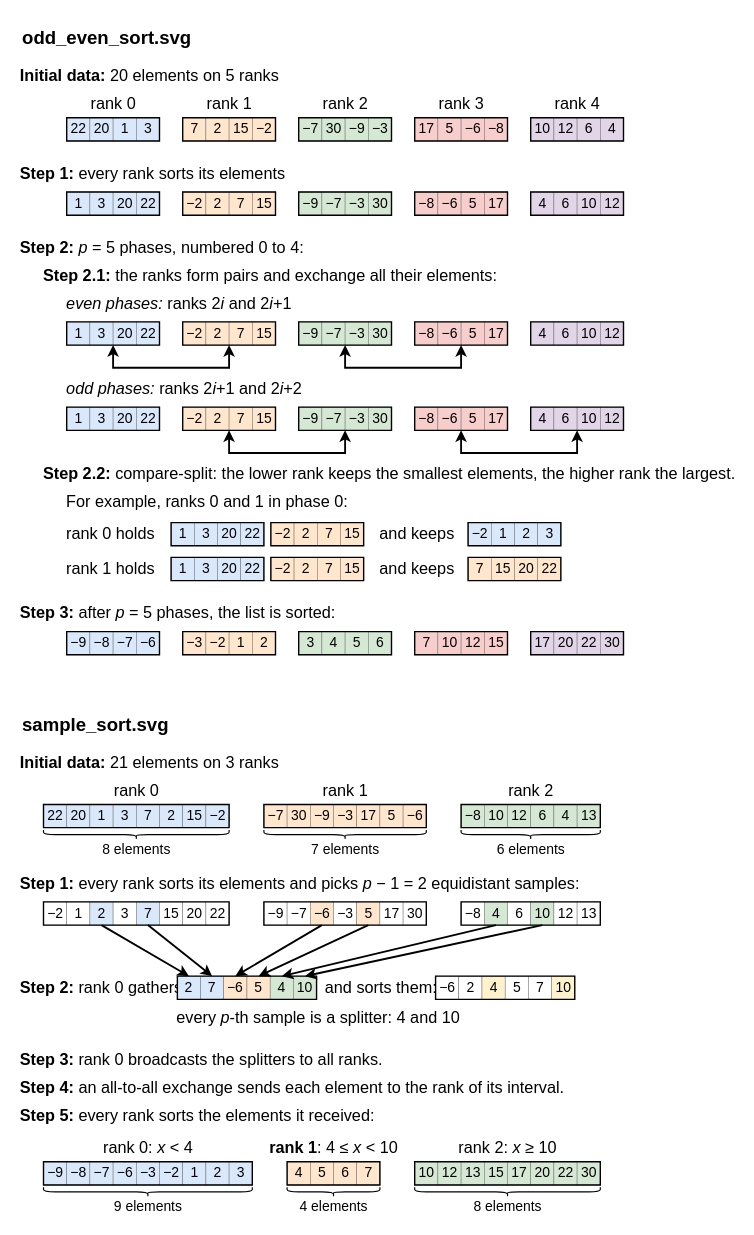
Earlier version of the draw.io diagram assets/distributed-sort/distributed-sort.drawio (brunomaga/brunomaga.github.io). Source tidied: cells renumbered, new cells numbered last; positions are measured from the earlier drawing's top-left corner, leaving out a move shared by most shapes. Both pictures are drawn from the tidied source at 116%, with x=0, y=0 at pixel (20, 20).
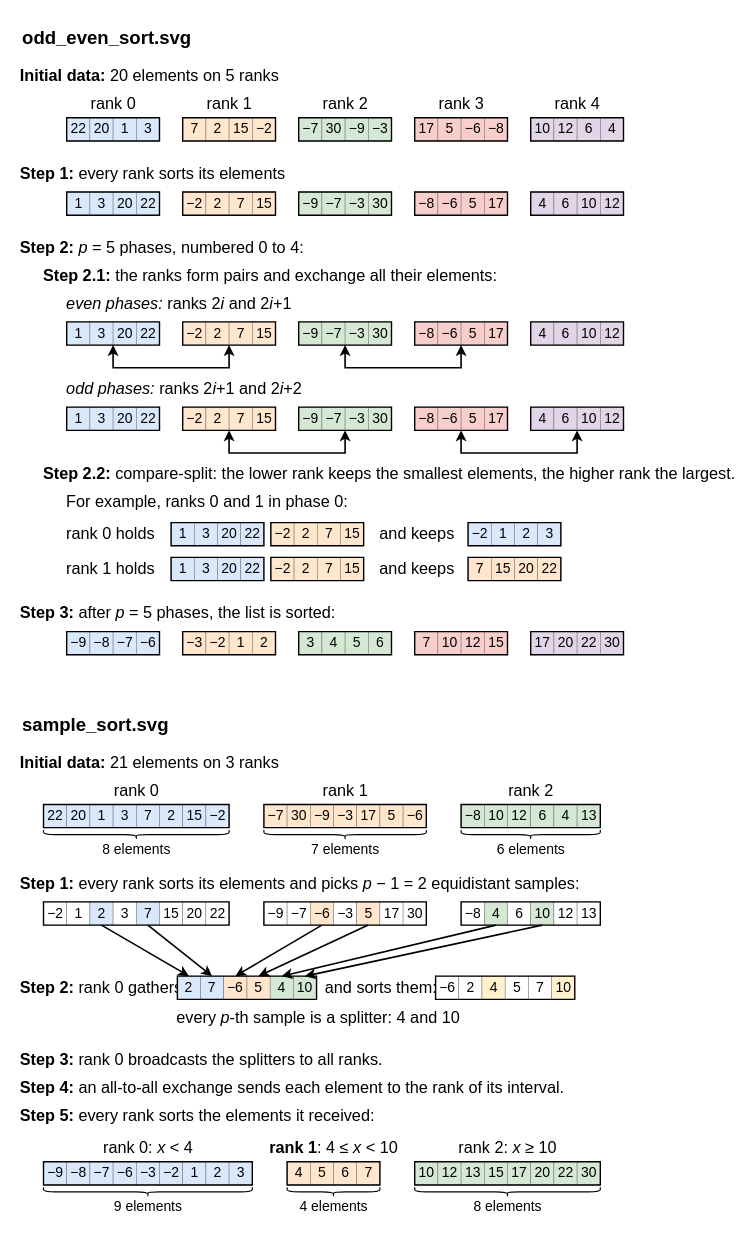
The same diagram, later.

The change refers to these unchanged cells:
```xml
<mxCell id="3" style="group;fontFamily=Source Sans 3;" parent="1" vertex="1">
  <mxGeometry y="40" width="580" height="492" as="geometry" />
</mxCell>
<mxCell id="182" style="group;fontFamily=Source Sans 3;" parent="1" vertex="1">
  <mxGeometry y="632" width="500" height="398.4" as="geometry" />
</mxCell>
```

What changed in the source:
```diff
@@
-    <mxCell id="74" style="endArrow=classic;endFill=1;endSize=5;html=1;rounded=0;strokeColor=#000000;strokeWidth=1.6;fontFamily=Source Sans 3;fontSize=14;fontColor=#000000;startArrow=classic;startFill=1;startSize=5;" parent="3" edge="1">
+    <mxCell id="74" style="endArrow=classic;endFill=1;endSize=5;html=1;rounded=0;strokeColor=#000000;strokeWidth=1.4;fontFamily=Source Sans 3;fontSize=14;fontColor=#000000;startArrow=classic;startFill=1;startSize=5;" parent="3" edge="1">
       <mxGeometry relative="1" as="geometry">
         <mxPoint x="80" y="240" as="sourcePoint" />
         <mxPoint x="180" y="240" as="targetPoint" />
         <Array as="points">
           <mxPoint x="80" y="259.5" />
           <mxPoint x="180" y="259.5" />
         </Array>
       </mxGeometry>
     </mxCell>
-    <mxCell id="75" style="endArrow=classic;endFill=1;endSize=5;html=1;rounded=0;strokeColor=#000000;strokeWidth=1.6;fontFamily=Source Sans 3;fontSize=14;fontColor=#000000;startArrow=classic;startFill=1;startSize=5;" parent="3" edge="1">
+    <mxCell id="75" style="endArrow=classic;endFill=1;endSize=5;html=1;rounded=0;strokeColor=#000000;strokeWidth=1.4;fontFamily=Source Sans 3;fontSize=14;fontColor=#000000;startArrow=classic;startFill=1;startSize=5;" parent="3" edge="1">
       <mxGeometry relative="1" as="geometry">
         <mxPoint x="280" y="240" as="sourcePoint" />
         <mxPoint x="380" y="240" as="targetPoint" />
         <Array as="points">
           <mxPoint x="280" y="259.5" />
           <mxPoint x="380" y="259.5" />
         </Array>
       </mxGeometry>
     </mxCell>
@@
-    <mxCell id="97" style="endArrow=classic;endFill=1;endSize=5;html=1;rounded=0;strokeColor=#000000;strokeWidth=1.6;fontFamily=Source Sans 3;fontSize=14;fontColor=#000000;startArrow=classic;startFill=1;startSize=5;" parent="3" edge="1">
+    <mxCell id="97" style="endArrow=classic;endFill=1;endSize=5;html=1;rounded=0;strokeColor=#000000;strokeWidth=1.4;fontFamily=Source Sans 3;fontSize=14;fontColor=#000000;startArrow=classic;startFill=1;startSize=5;" parent="3" edge="1">
       <mxGeometry relative="1" as="geometry">
         <mxPoint x="180" y="313.5" as="sourcePoint" />
         <mxPoint x="280" y="313.5" as="targetPoint" />
         <Array as="points">
           <mxPoint x="180" y="333" />
           <mxPoint x="280" y="333" />
         </Array>
       </mxGeometry>
     </mxCell>
-    <mxCell id="98" style="endArrow=classic;endFill=1;endSize=5;html=1;rounded=0;strokeColor=#000000;strokeWidth=1.6;fontFamily=Source Sans 3;fontSize=14;fontColor=#000000;startArrow=classic;startFill=1;startSize=5;" parent="3" edge="1">
+    <mxCell id="98" style="endArrow=classic;endFill=1;endSize=5;html=1;rounded=0;strokeColor=#000000;strokeWidth=1.4;fontFamily=Source Sans 3;fontSize=14;fontColor=#000000;startArrow=classic;startFill=1;startSize=5;" parent="3" edge="1">
       <mxGeometry relative="1" as="geometry">
         <mxPoint x="380" y="313.5" as="sourcePoint" />
         <mxPoint x="480" y="313.5" as="targetPoint" />
         <Array as="points">
           <mxPoint x="380" y="333" />
           <mxPoint x="480" y="333" />
         </Array>
       </mxGeometry>
     </mxCell>
@@
-    <mxCell id="243" style="endArrow=classic;endFill=1;endSize=5;html=1;rounded=0;strokeColor=#000000;strokeWidth=1.6;fontFamily=Source Sans 3;fontSize=14;fontColor=#000000;" parent="182" edge="1">
+    <mxCell id="243" style="endArrow=classic;endFill=1;endSize=5;html=1;rounded=0;strokeColor=#000000;strokeWidth=1.4;fontFamily=Source Sans 3;fontSize=14;fontColor=#000000;" parent="182" edge="1">
       <mxGeometry relative="1" as="geometry">
         <mxPoint x="70" y="148" as="sourcePoint" />
         <mxPoint x="145.4" y="192" as="targetPoint" />
       </mxGeometry>
     </mxCell>
-    <mxCell id="244" style="endArrow=classic;endFill=1;endSize=5;html=1;rounded=0;strokeColor=#000000;strokeWidth=1.6;fontFamily=Source Sans 3;fontSize=14;fontColor=#000000;" parent="182" edge="1">
+    <mxCell id="244" style="endArrow=classic;endFill=1;endSize=5;html=1;rounded=0;strokeColor=#000000;strokeWidth=1.4;fontFamily=Source Sans 3;fontSize=14;fontColor=#000000;" parent="182" edge="1">
       <mxGeometry relative="1" as="geometry">
         <mxPoint x="110" y="148" as="sourcePoint" />
         <mxPoint x="165.4" y="192" as="targetPoint" />
       </mxGeometry>
     </mxCell>
-    <mxCell id="245" style="endArrow=classic;endFill=1;endSize=5;html=1;rounded=0;strokeColor=#000000;strokeWidth=1.6;fontFamily=Source Sans 3;fontSize=14;fontColor=#000000;" parent="182" edge="1">
+    <mxCell id="245" style="endArrow=classic;endFill=1;endSize=5;html=1;rounded=0;strokeColor=#000000;strokeWidth=1.4;fontFamily=Source Sans 3;fontSize=14;fontColor=#000000;" parent="182" edge="1">
       <mxGeometry relative="1" as="geometry">
         <mxPoint x="260" y="148" as="sourcePoint" />
         <mxPoint x="185.4" y="192" as="targetPoint" />
       </mxGeometry>
     </mxCell>
-    <mxCell id="246" style="endArrow=classic;endFill=1;endSize=5;html=1;rounded=0;strokeColor=#000000;strokeWidth=1.6;fontFamily=Source Sans 3;fontSize=14;fontColor=#000000;" parent="182" edge="1">
+    <mxCell id="246" style="endArrow=classic;endFill=1;endSize=5;html=1;rounded=0;strokeColor=#000000;strokeWidth=1.4;fontFamily=Source Sans 3;fontSize=14;fontColor=#000000;" parent="182" edge="1">
       <mxGeometry relative="1" as="geometry">
         <mxPoint x="300" y="148" as="sourcePoint" />
         <mxPoint x="205.4" y="192" as="targetPoint" />
       </mxGeometry>
     </mxCell>
-    <mxCell id="247" style="endArrow=classic;endFill=1;endSize=5;html=1;rounded=0;strokeColor=#000000;strokeWidth=1.6;fontFamily=Source Sans 3;fontSize=14;fontColor=#000000;" parent="182" edge="1">
+    <mxCell id="247" style="endArrow=classic;endFill=1;endSize=5;html=1;rounded=0;strokeColor=#000000;strokeWidth=1.4;fontFamily=Source Sans 3;fontSize=14;fontColor=#000000;" parent="182" edge="1">
       <mxGeometry relative="1" as="geometry">
         <mxPoint x="410" y="148" as="sourcePoint" />
         <mxPoint x="225.4" y="192" as="targetPoint" />
       </mxGeometry>
     </mxCell>
-    <mxCell id="248" style="endArrow=classic;endFill=1;endSize=5;html=1;rounded=0;strokeColor=#000000;strokeWidth=1.6;fontFamily=Source Sans 3;fontSize=14;fontColor=#000000;" parent="182" edge="1">
+    <mxCell id="248" style="endArrow=classic;endFill=1;endSize=5;html=1;rounded=0;strokeColor=#000000;strokeWidth=1.4;fontFamily=Source Sans 3;fontSize=14;fontColor=#000000;" parent="182" edge="1">
       <mxGeometry relative="1" as="geometry">
         <mxPoint x="450" y="148" as="sourcePoint" />
         <mxPoint x="245.4" y="192" as="targetPoint" />
       </mxGeometry>
     </mxCell>
```
